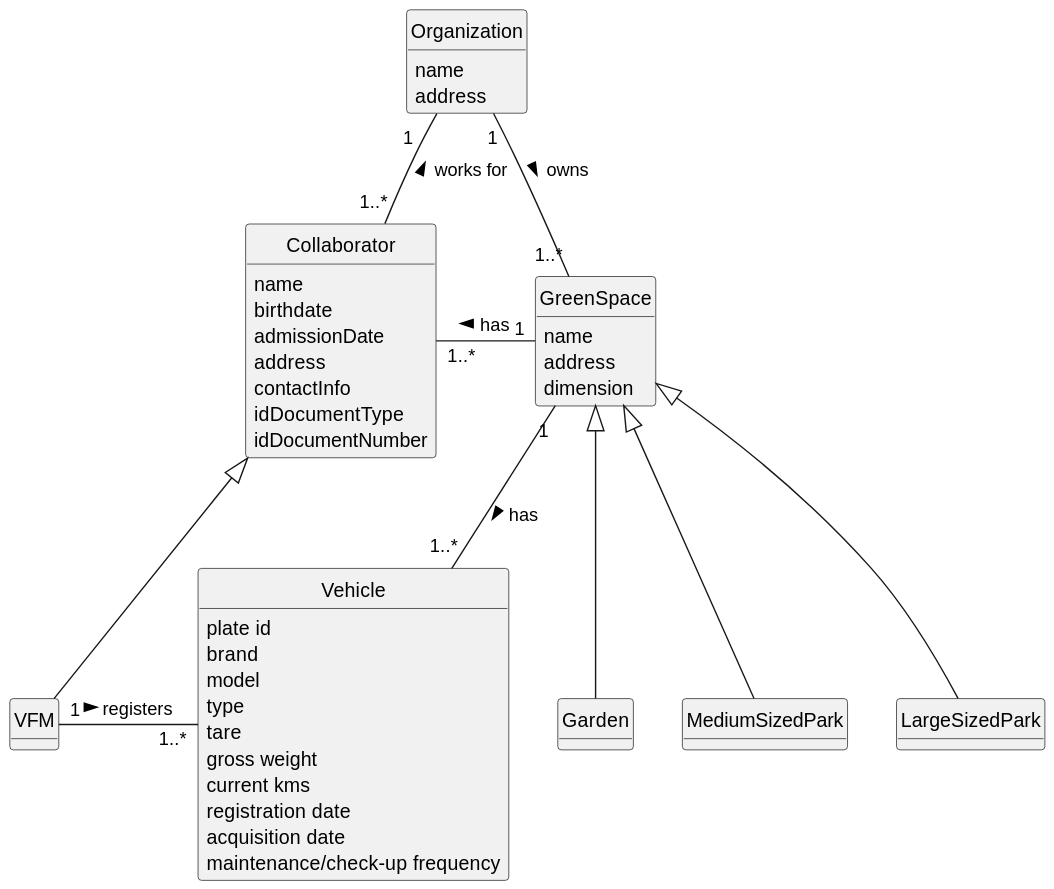
Earlier version of the PlantUML export docs/sprintB/us006/02.analysis/svg/us006-domain-model.svg (diogoveirospro/lei-24-s2-1dg-g072).
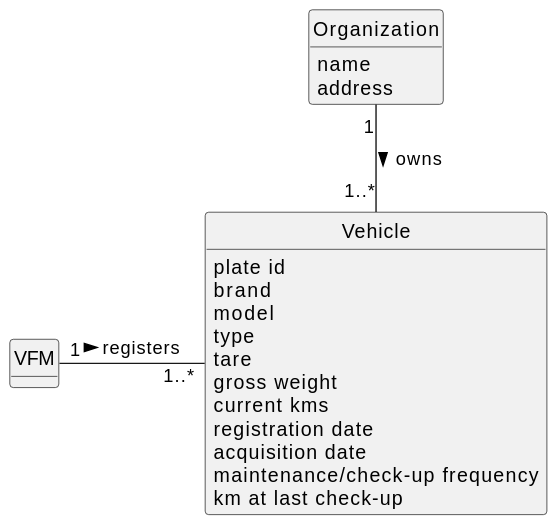
The same diagram one commit later.

Diff of the diagram source:
```diff
@@ -8,15 +8,6 @@
 hide circles
 hide methods
 
-class Collaborator {
-    name
-    birthdate
-    admissionDate
-    address
-    contactInfo
-    idDocumentType
-    idDocumentNumber
-}
 
 class Organization{
     name
@@ -38,30 +29,9 @@
     registration date
     acquisition date
     maintenance/check-up frequency
+    km at last check-up
 }
 
-class GreenSpace {
-    name
-    address
-    dimension
-}
-
-class Garden {
-}
-
-class MediumSizedPark {
-}
-
-class LargeSizedPark {
-}
-
-Collaborator <|-- VFM
 VFM "1"-"   1..*" Vehicle: registers >
-Collaborator "1..*" - "1" GreenSpace: has <
-GreenSpace "1" -- "1..*" Vehicle: has >
-GreenSpace <|-- Garden
-GreenSpace <|-- MediumSizedPark
-GreenSpace <|-- LargeSizedPark
-Organization "1" -- "1..*" GreenSpace: owns >
-Organization "1   " -- "1..*" Collaborator: works for <
+Organization "1" -- "1..*" Vehicle: owns >
 @enduml
```
